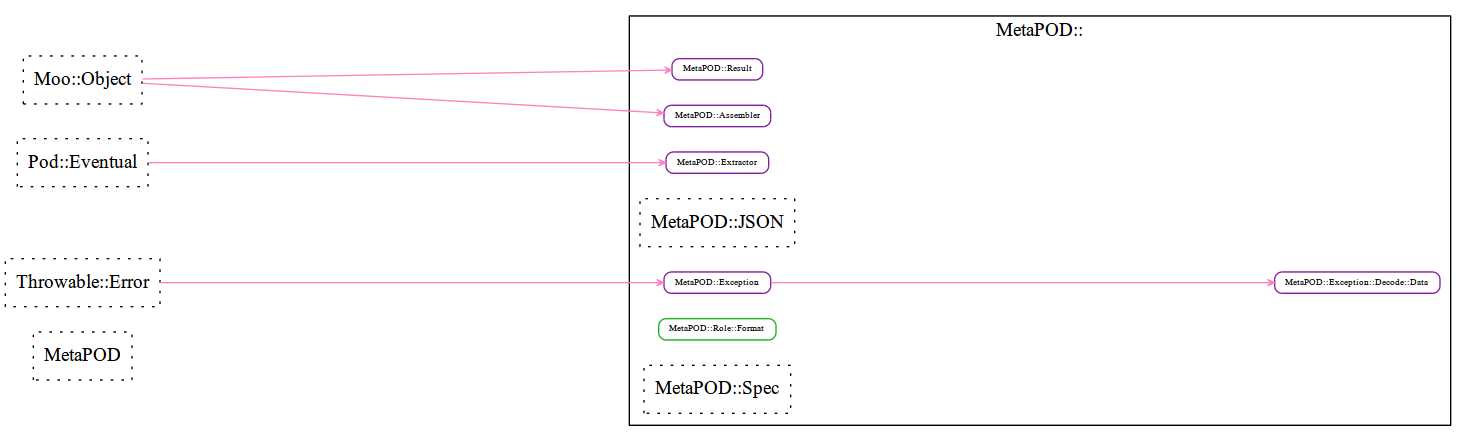
Before: layout/self_structure.png, a diagram exported from Graphviz (gitpan/MetaPOD-Spec). Its source is kept beside it as layout/self_structure.dot. Its diagram source:
```dot
strict digraph Perl {
	graph [overlap=false, rankdir=LR, ranksep=5, splines=spline];
	node [label="\N", shape=record, style=dotted];
	edge [minlen=1];
	subgraph cluster_1 {
		graph [label="MetaPOD::",
			rank=min];
		"MetaPOD::Assembler" [label="MetaPOD::Assembler", shape=Mrecord, style=solid, color="#7e1e9c", fontsize=7, height="0.1"];
		"MetaPOD::Exception" [label="MetaPOD::Exception", shape=Mrecord, style=solid, color="#7e1e9c", fontsize=7, height="0.1"];
		"MetaPOD::Exception::Decode::Data" [label="MetaPOD::Exception::Decode::Data", shape=Mrecord, style=solid, color="#7e1e9c", fontsize=7, height="0.1"];
		"MetaPOD::Extractor" [label="MetaPOD::Extractor", shape=Mrecord, style=solid, color="#7e1e9c", fontsize=7, height="0.1"];
		"MetaPOD::JSON" [label="MetaPOD::JSON"];
		"MetaPOD::Result" [label="MetaPOD::Result", shape=Mrecord, style=solid, color="#7e1e9c", fontsize=7, height="0.1"];
		"MetaPOD::Role::Format" [label="MetaPOD::Role::Format", shape=Mrecord, style=solid, color="#15b01a", fontsize=7, height="0.1"];
		"MetaPOD::Spec" [label="MetaPOD::Spec"];
		"MetaPOD::Exception" -> "MetaPOD::Exception::Decode::Data" [arrowhead=vee, arrowsize="0.5", color="#ff81c0", dir=forward, fontsize=6, headclip=1, tailclip=1, weight=10];
	}
	MetaPOD [label=MetaPOD];
	"Moo::Object" [label="Moo::Object"];
	"Pod::Eventual" [label="Pod::Eventual"];
	"Throwable::Error" [label="Throwable::Error"];
	"Moo::Object" -> "MetaPOD::Assembler" [arrowhead=vee, arrowsize="0.5", color="#ff81c0", dir=forward, fontsize=6, headclip=1, tailclip=1, weight=10];
	"Throwable::Error" -> "MetaPOD::Exception" [arrowhead=vee, arrowsize="0.5", color="#ff81c0", dir=forward, fontsize=6, headclip=1, tailclip=1, weight=10];
	"Pod::Eventual" -> "MetaPOD::Extractor" [arrowhead=vee, arrowsize="0.5", color="#ff81c0", dir=forward, fontsize=6, headclip=1, tailclip=1, weight=10];
	"Moo::Object" -> "MetaPOD::Result" [arrowhead=vee, arrowsize="0.5", color="#ff81c0", dir=forward, fontsize=6, headclip=1, tailclip=1, weight=10];
}
```
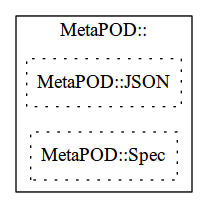
After the commit.

Diff of the diagram source:
```diff
@@ -1,26 +1,27 @@
 strict digraph Perl {
-	graph [overlap=false, rankdir=LR, ranksep=5, splines=spline];
-	node [label="\N", shape=record, style=dotted];
+	graph [overlap=false,
+		rankdir=LR,
+		ranksep=5,
+		splines=spline
+	];
+	node [label="\N",
+		shape=record,
+		style=dotted
+	];
 	edge [minlen=1];
 	subgraph cluster_1 {
 		graph [label="MetaPOD::",
-			rank=min];
-		"MetaPOD::Assembler" [label="MetaPOD::Assembler", shape=Mrecord, style=solid, color="#7e1e9c", fontsize=7, height="0.1"];
-		"MetaPOD::Exception" [label="MetaPOD::Exception", shape=Mrecord, style=solid, color="#7e1e9c", fontsize=7, height="0.1"];
-		"MetaPOD::Exception::Decode::Data" [label="MetaPOD::Exception::Decode::Data", shape=Mrecord, style=solid, color="#7e1e9c", fontsize=7, height="0.1"];
-		"MetaPOD::Extractor" [label="MetaPOD::Extractor", shape=Mrecord, style=solid, color="#7e1e9c", fontsize=7, height="0.1"];
-		"MetaPOD::JSON" [label="MetaPOD::JSON"];
-		"MetaPOD::Result" [label="MetaPOD::Result", shape=Mrecord, style=solid, color="#7e1e9c", fontsize=7, height="0.1"];
-		"MetaPOD::Role::Format" [label="MetaPOD::Role::Format", shape=Mrecord, style=solid, color="#15b01a", fontsize=7, height="0.1"];
-		"MetaPOD::Spec" [label="MetaPOD::Spec"];
-		"MetaPOD::Exception" -> "MetaPOD::Exception::Decode::Data" [arrowhead=vee, arrowsize="0.5", color="#ff81c0", dir=forward, fontsize=6, headclip=1, tailclip=1, weight=10];
+			overlap=false,
+			rank=min,
+			rankdir=LR,
+			ranksep=5,
+			splines=spline
+		];
+		node [shape=record,
+			style=dotted
+		];
+		edge [minlen=1];
+		"MetaPOD::JSON"		 [label="MetaPOD::JSON"];
+		"MetaPOD::Spec"		 [label="MetaPOD::Spec"];
 	}
-	MetaPOD [label=MetaPOD];
-	"Moo::Object" [label="Moo::Object"];
-	"Pod::Eventual" [label="Pod::Eventual"];
-	"Throwable::Error" [label="Throwable::Error"];
-	"Moo::Object" -> "MetaPOD::Assembler" [arrowhead=vee, arrowsize="0.5", color="#ff81c0", dir=forward, fontsize=6, headclip=1, tailclip=1, weight=10];
-	"Throwable::Error" -> "MetaPOD::Exception" [arrowhead=vee, arrowsize="0.5", color="#ff81c0", dir=forward, fontsize=6, headclip=1, tailclip=1, weight=10];
-	"Pod::Eventual" -> "MetaPOD::Extractor" [arrowhead=vee, arrowsize="0.5", color="#ff81c0", dir=forward, fontsize=6, headclip=1, tailclip=1, weight=10];
-	"Moo::Object" -> "MetaPOD::Result" [arrowhead=vee, arrowsize="0.5", color="#ff81c0", dir=forward, fontsize=6, headclip=1, tailclip=1, weight=10];
 }
```
